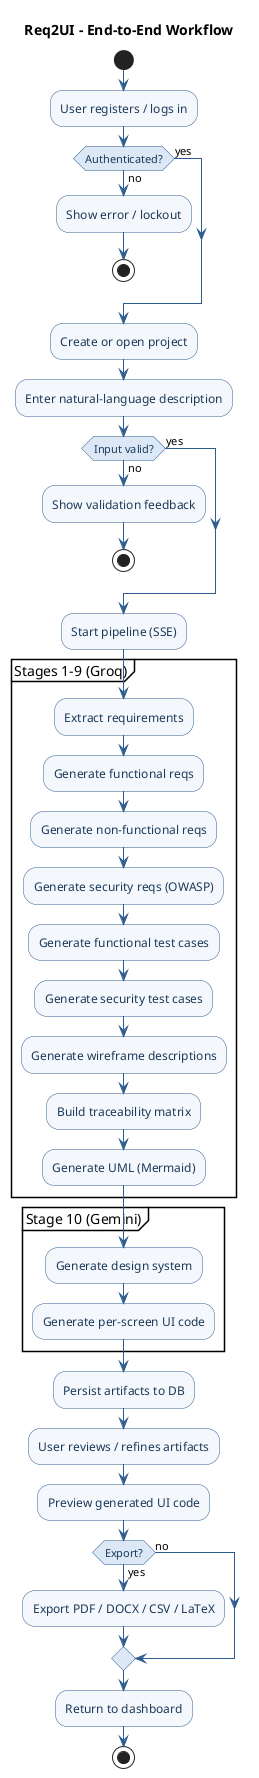
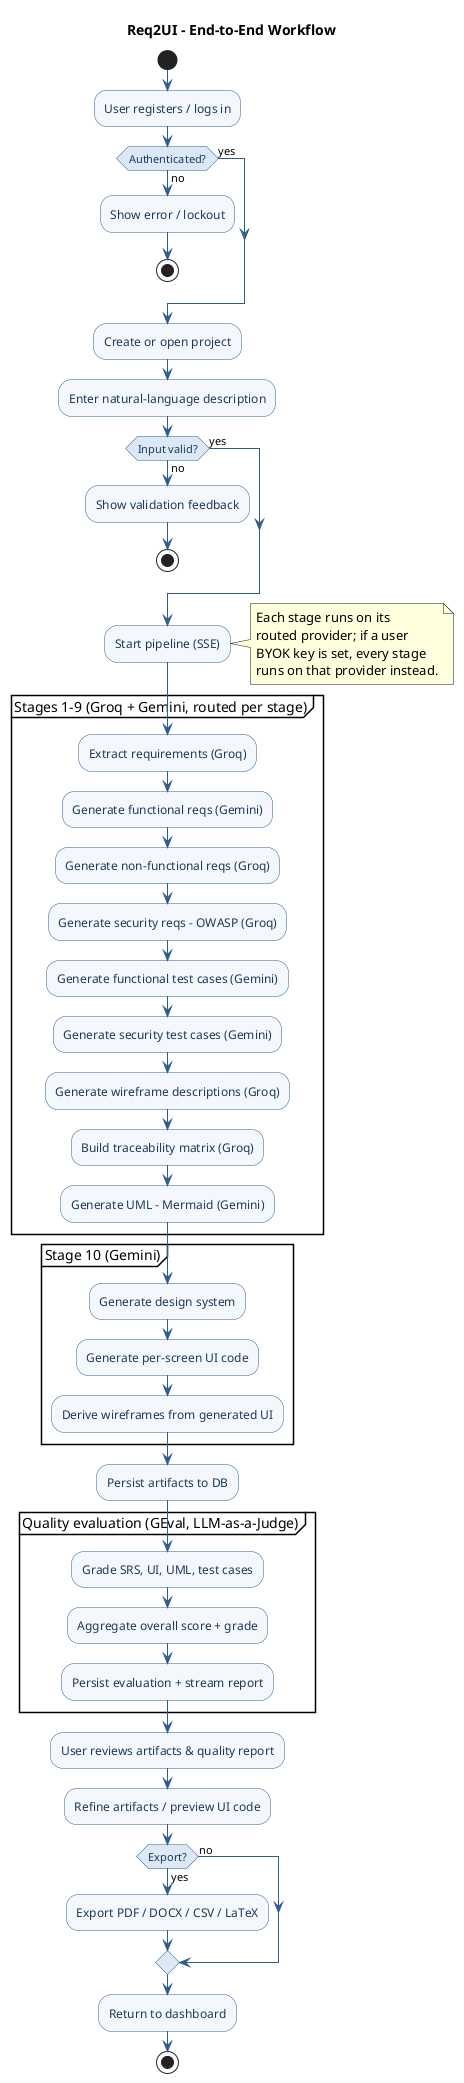
@startuml activity
' Figure 6 - Activity Diagram (end-to-end workflow)
skinparam backgroundColor White
skinparam defaultFontName Helvetica
skinparam shadowing false
skinparam ArrowColor #2F5C8F
skinparam activity {
  BackgroundColor #F4F7FB
  BorderColor #2F5C8F
  FontColor #1B3A5B
  DiamondBackgroundColor #DCE8F6
  DiamondBorderColor #2F5C8F
}

title Req2UI - End-to-End Workflow

start
:User registers / logs in;
if (Authenticated?) then (no)
  :Show error / lockout;
  stop
else (yes)
endif
:Create or open project;
:Enter natural-language description;
if (Input valid?) then (no)
  :Show validation feedback;
  stop
else (yes)
endif

:Start pipeline (SSE);
- partition "Stages 1-9 (Groq)" {
-   :Extract requirements;
-   :Generate functional reqs;
-   :Generate non-functional reqs;
-   :Generate security reqs (OWASP);
-   :Generate functional test cases;
-   :Generate security test cases;
-   :Generate wireframe descriptions;
-   :Build traceability matrix;
-   :Generate UML (Mermaid);
+ note right
+   Each stage runs on its
+   routed provider; if a user
+   BYOK key is set, every stage
+   runs on that provider instead.
+ end note
+ partition "Stages 1-9 (Groq + Gemini, routed per stage)" {
+   :Extract requirements (Groq);
+   :Generate functional reqs (Gemini);
+   :Generate non-functional reqs (Groq);
+   :Generate security reqs - OWASP (Groq);
+   :Generate functional test cases (Gemini);
+   :Generate security test cases (Gemini);
+   :Generate wireframe descriptions (Groq);
+   :Build traceability matrix (Groq);
+   :Generate UML - Mermaid (Gemini);
}
partition "Stage 10 (Gemini)" {
  :Generate design system;
  :Generate per-screen UI code;
+   :Derive wireframes from generated UI;
}
:Persist artifacts to DB;

- :User reviews / refines artifacts;
- :Preview generated UI code;
+ partition "Quality evaluation (GEval, LLM-as-a-Judge)" {
+   :Grade SRS, UI, UML, test cases;
+   :Aggregate overall score + grade;
+   :Persist evaluation + stream report;
+ }
+ 
+ :User reviews artifacts & quality report;
+ :Refine artifacts / preview UI code;
if (Export?) then (yes)
  :Export PDF / DOCX / CSV / LaTeX;
else (no)
endif
:Return to dashboard;
stop
@enduml
